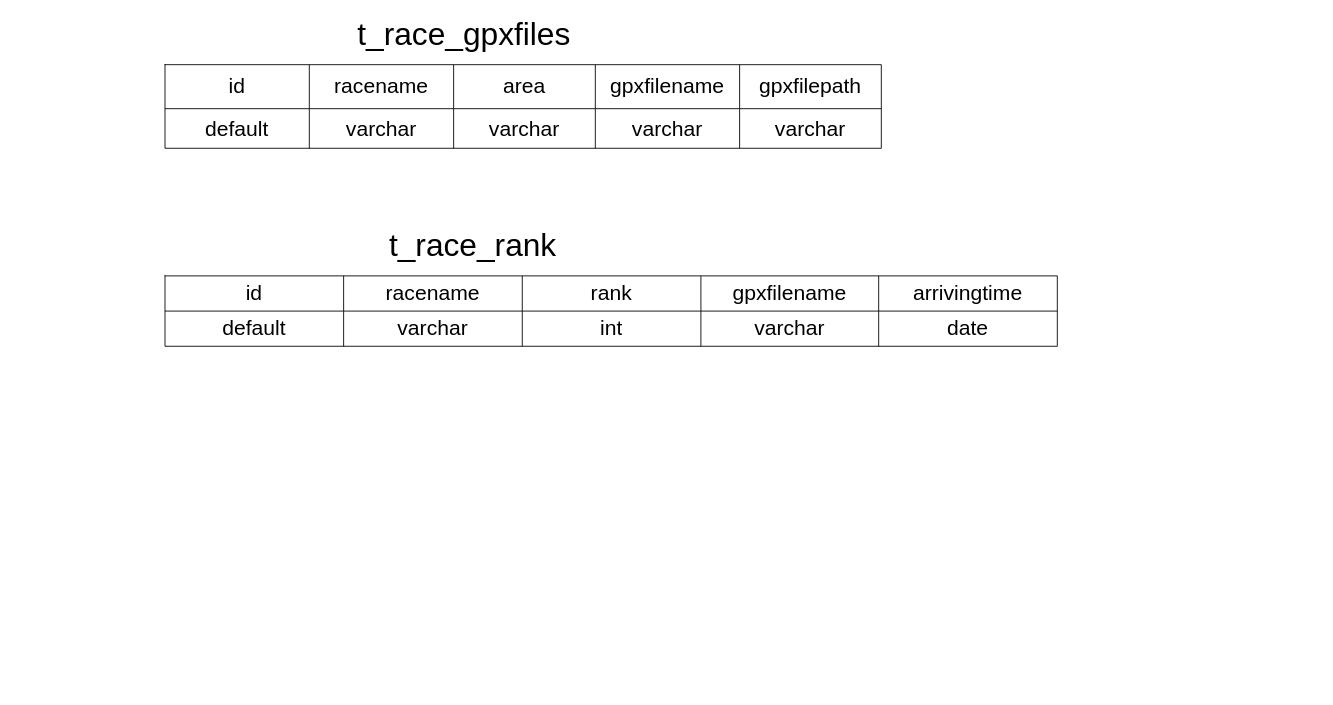
pengzhen80/PigeonRace keeps this draw.io diagram as 比賽儀表盤資料庫設計.drawio. Above is the earlier version. Source tidied: cells renumbered, new cells numbered last; positions are measured from the earlier drawing's top-left corner, leaving out a move shared by most shapes. Both pictures are drawn from the tidied source at 88%, with x=0, y=0 at pixel (165, 20).
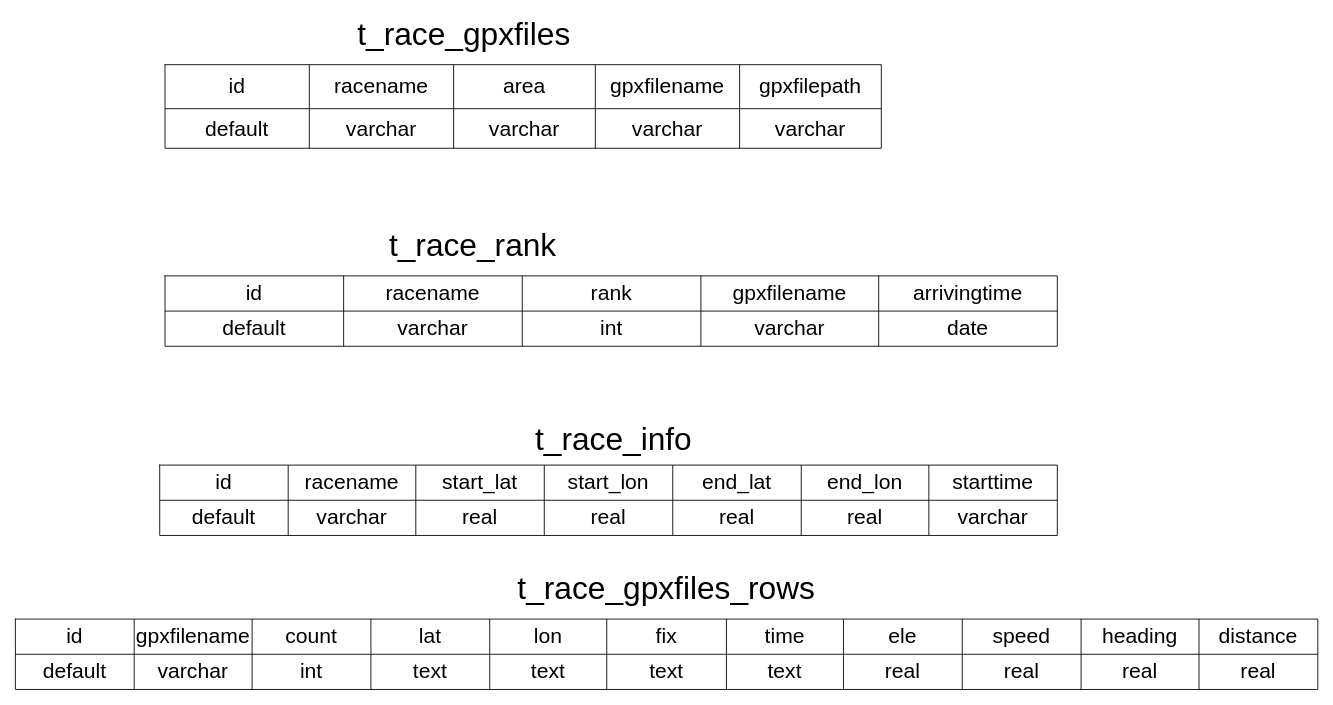
The same page after the edit.

Commit message:
更新比賽儀表盤資料庫設計.drawio

What changed in the source:
```diff
@@
+    <mxCell id="30" style="shape=table;startSize=0;childLayout=tableLayout;" parent="1" vertex="1">
+      <mxGeometry x="-6" y="505" width="1020" height="80" as="geometry" />
+    </mxCell>
+    <mxCell id="31" style="shape=tableRow;horizontal=0;startSize=0;swimlaneHead=0;swimlaneBody=0;top=0;left=0;bottom=0;right=0;fillColor=none;" parent="30" vertex="1">
+      <mxGeometry width="1020" height="40" as="geometry" />
+    </mxCell>
+    <mxCell id="32" value="&lt;font style=&quot;font-size: 24px;&quot;&gt;id&lt;/font&gt;" style="shape=partialRectangle;html=1;whiteSpace=wrap;overflow=hidden;fillColor=none;top=0;left=0;bottom=0;right=0;" parent="31" vertex="1">
+      <mxGeometry width="146" height="40" as="geometry" />
+    </mxCell>
+    <mxCell id="33" value="&lt;font style=&quot;font-size: 24px;&quot;&gt;racename&lt;/font&gt;" style="shape=partialRectangle;html=1;whiteSpace=wrap;overflow=hidden;fillColor=none;top=0;left=0;bottom=0;right=0;" parent="31" vertex="1">
+      <mxGeometry x="146" width="145" height="40" as="geometry" />
+    </mxCell>
+    <mxCell id="34" value="&lt;font style=&quot;font-size: 24px;&quot;&gt;start_lat&lt;/font&gt;" style="shape=partialRectangle;html=1;whiteSpace=wrap;overflow=hidden;fillColor=none;top=0;left=0;bottom=0;right=0;" parent="31" vertex="1">
+      <mxGeometry x="291" width="146" height="40" as="geometry" />
+    </mxCell>
+    <mxCell id="35" value="&lt;font style=&quot;font-size: 24px;&quot;&gt;start_lon&lt;/font&gt;" style="shape=partialRectangle;html=1;whiteSpace=wrap;overflow=hidden;fillColor=none;top=0;left=0;bottom=0;right=0;" parent="31" vertex="1">
+      <mxGeometry x="437" width="146" height="40" as="geometry" />
+    </mxCell>
+    <mxCell id="36" value="&lt;font style=&quot;font-size: 24px;&quot;&gt;end_lat&lt;/font&gt;" style="shape=partialRectangle;html=1;whiteSpace=wrap;overflow=hidden;fillColor=none;top=0;left=0;bottom=0;right=0;" parent="31" vertex="1">
+      <mxGeometry x="583" width="146" height="40" as="geometry" />
+    </mxCell>
+    <mxCell id="37" value="&lt;font style=&quot;font-size: 24px;&quot;&gt;end_lon&lt;/font&gt;" style="shape=partialRectangle;html=1;whiteSpace=wrap;overflow=hidden;fillColor=none;top=0;left=0;bottom=0;right=0;" parent="31" vertex="1">
+      <mxGeometry x="729" width="145" height="40" as="geometry" />
+    </mxCell>
+    <mxCell id="38" value="&lt;font style=&quot;font-size: 24px;&quot;&gt;starttime&lt;/font&gt;" style="shape=partialRectangle;html=1;whiteSpace=wrap;overflow=hidden;fillColor=none;top=0;left=0;bottom=0;right=0;" parent="31" vertex="1">
+      <mxGeometry x="874" width="146" height="40" as="geometry" />
+    </mxCell>
+    <mxCell id="39" style="shape=tableRow;horizontal=0;startSize=0;swimlaneHead=0;swimlaneBody=0;top=0;left=0;bottom=0;right=0;fillColor=none;" parent="30" vertex="1">
+      <mxGeometry y="40" width="1020" height="40" as="geometry" />
+    </mxCell>
+    <mxCell id="40" value="&lt;span style=&quot;font-size: 24px;&quot;&gt;default&lt;/span&gt;" style="shape=partialRectangle;html=1;whiteSpace=wrap;overflow=hidden;fillColor=none;top=0;left=0;bottom=0;right=0;" parent="39" vertex="1">
+      <mxGeometry width="146" height="40" as="geometry" />
+    </mxCell>
+    <mxCell id="41" value="&lt;span style=&quot;font-size: 24px;&quot;&gt;varchar&lt;/span&gt;" style="shape=partialRectangle;html=1;whiteSpace=wrap;overflow=hidden;fillColor=none;top=0;left=0;bottom=0;right=0;" parent="39" vertex="1">
+      <mxGeometry x="146" width="145" height="40" as="geometry" />
+    </mxCell>
+    <mxCell id="42" value="&lt;span style=&quot;font-size: 24px;&quot;&gt;real&lt;/span&gt;" style="shape=partialRectangle;html=1;whiteSpace=wrap;overflow=hidden;fillColor=none;top=0;left=0;bottom=0;right=0;" parent="39" vertex="1">
+      <mxGeometry x="291" width="146" height="40" as="geometry" />
+    </mxCell>
+    <mxCell id="43" value="&lt;span style=&quot;font-size: 24px;&quot;&gt;real&lt;/span&gt;" style="shape=partialRectangle;html=1;whiteSpace=wrap;overflow=hidden;fillColor=none;top=0;left=0;bottom=0;right=0;" parent="39" vertex="1">
+      <mxGeometry x="437" width="146" height="40" as="geometry" />
+    </mxCell>
+    <mxCell id="44" value="&lt;span style=&quot;font-size: 24px;&quot;&gt;real&lt;/span&gt;" style="shape=partialRectangle;html=1;whiteSpace=wrap;overflow=hidden;fillColor=none;top=0;left=0;bottom=0;right=0;" parent="39" vertex="1">
+      <mxGeometry x="583" width="146" height="40" as="geometry" />
+    </mxCell>
+    <mxCell id="45" value="&lt;span style=&quot;font-size: 24px;&quot;&gt;real&lt;/span&gt;" style="shape=partialRectangle;html=1;whiteSpace=wrap;overflow=hidden;fillColor=none;top=0;left=0;bottom=0;right=0;" parent="39" vertex="1">
+      <mxGeometry x="729" width="145" height="40" as="geometry" />
+    </mxCell>
+    <mxCell id="46" value="&lt;span style=&quot;font-size: 24px;&quot;&gt;varchar&lt;/span&gt;" style="shape=partialRectangle;html=1;whiteSpace=wrap;overflow=hidden;fillColor=none;top=0;left=0;bottom=0;right=0;" parent="39" vertex="1">
+      <mxGeometry x="874" width="146" height="40" as="geometry" />
+    </mxCell>
+    <mxCell id="47" value="&lt;font style=&quot;font-size: 36px;&quot;&gt;t_race_info&lt;/font&gt;" style="text;html=1;strokeColor=none;fillColor=none;align=center;verticalAlign=middle;whiteSpace=wrap;rounded=0;" parent="1" vertex="1">
+      <mxGeometry x="340" y="460" width="340" height="30" as="geometry" />
+    </mxCell>
+    <mxCell id="48" style="shape=table;startSize=0;childLayout=tableLayout;fontSize=24;" parent="1" vertex="1">
+      <mxGeometry x="-170" y="680" width="1480" height="80" as="geometry" />
+    </mxCell>
+    <mxCell id="49" style="shape=tableRow;horizontal=0;startSize=0;swimlaneHead=0;swimlaneBody=0;top=0;left=0;bottom=0;right=0;fillColor=none;fontSize=24;" parent="48" vertex="1">
+      <mxGeometry width="1480" height="40" as="geometry" />
+    </mxCell>
+    <mxCell id="50" value="id" style="shape=partialRectangle;html=1;whiteSpace=wrap;overflow=hidden;fillColor=none;top=0;left=0;bottom=0;right=0;fontSize=24;" parent="49" vertex="1">
+      <mxGeometry width="135" height="40" as="geometry" />
+    </mxCell>
+    <mxCell id="51" value="gpxfilename" style="shape=partialRectangle;html=1;whiteSpace=wrap;overflow=hidden;fillColor=none;top=0;left=0;bottom=0;right=0;fontSize=24;" parent="49" vertex="1">
+      <mxGeometry x="135" width="134" height="40" as="geometry" />
+    </mxCell>
+    <mxCell id="52" value="count" style="shape=partialRectangle;html=1;whiteSpace=wrap;overflow=hidden;fillColor=none;top=0;left=0;bottom=0;right=0;fontSize=24;" parent="49" vertex="1">
+      <mxGeometry x="269" width="135" height="40" as="geometry" />
+    </mxCell>
+    <mxCell id="53" value="lat" style="shape=partialRectangle;html=1;whiteSpace=wrap;overflow=hidden;fillColor=none;top=0;left=0;bottom=0;right=0;fontSize=24;" parent="49" vertex="1">
+      <mxGeometry x="404" width="135" height="40" as="geometry" />
+    </mxCell>
+    <mxCell id="54" value="lon" style="shape=partialRectangle;html=1;whiteSpace=wrap;overflow=hidden;fillColor=none;top=0;left=0;bottom=0;right=0;fontSize=24;" parent="49" vertex="1">
+      <mxGeometry x="539" width="133" height="40" as="geometry" />
+    </mxCell>
+    <mxCell id="55" value="fix" style="shape=partialRectangle;html=1;whiteSpace=wrap;overflow=hidden;fillColor=none;top=0;left=0;bottom=0;right=0;fontSize=24;" parent="49" vertex="1">
+      <mxGeometry x="672" width="136" height="40" as="geometry" />
+    </mxCell>
+    <mxCell id="56" value="time" style="shape=partialRectangle;html=1;whiteSpace=wrap;overflow=hidden;fillColor=none;top=0;left=0;bottom=0;right=0;fontSize=24;" parent="49" vertex="1">
+      <mxGeometry x="808" width="133" height="40" as="geometry" />
+    </mxCell>
+    <mxCell id="57" value="ele" style="shape=partialRectangle;html=1;whiteSpace=wrap;overflow=hidden;fillColor=none;top=0;left=0;bottom=0;right=0;fontSize=24;" parent="49" vertex="1">
+      <mxGeometry x="941" width="135" height="40" as="geometry" />
+    </mxCell>
+    <mxCell id="58" value="speed" style="shape=partialRectangle;html=1;whiteSpace=wrap;overflow=hidden;fillColor=none;top=0;left=0;bottom=0;right=0;fontSize=24;" parent="49" vertex="1">
+      <mxGeometry x="1076" width="135" height="40" as="geometry" />
+    </mxCell>
+    <mxCell id="59" value="heading" style="shape=partialRectangle;html=1;whiteSpace=wrap;overflow=hidden;fillColor=none;top=0;left=0;bottom=0;right=0;fontSize=24;" parent="49" vertex="1">
+      <mxGeometry x="1211" width="134" height="40" as="geometry" />
+    </mxCell>
+    <mxCell id="60" value="distance" style="shape=partialRectangle;html=1;whiteSpace=wrap;overflow=hidden;fillColor=none;top=0;left=0;bottom=0;right=0;fontSize=24;" parent="49" vertex="1">
+      <mxGeometry x="1345" width="135" height="40" as="geometry" />
+    </mxCell>
+    <mxCell id="61" style="shape=tableRow;horizontal=0;startSize=0;swimlaneHead=0;swimlaneBody=0;top=0;left=0;bottom=0;right=0;fillColor=none;fontSize=24;" parent="48" vertex="1">
+      <mxGeometry y="40" width="1480" height="40" as="geometry" />
+    </mxCell>
+    <mxCell id="62" value="default" style="shape=partialRectangle;html=1;whiteSpace=wrap;overflow=hidden;fillColor=none;top=0;left=0;bottom=0;right=0;fontSize=24;" parent="61" vertex="1">
+      <mxGeometry width="135" height="40" as="geometry" />
+    </mxCell>
+    <mxCell id="63" value="varchar" style="shape=partialRectangle;html=1;whiteSpace=wrap;overflow=hidden;fillColor=none;top=0;left=0;bottom=0;right=0;fontSize=24;" parent="61" vertex="1">
+      <mxGeometry x="135" width="134" height="40" as="geometry" />
+    </mxCell>
+    <mxCell id="64" value="int" style="shape=partialRectangle;html=1;whiteSpace=wrap;overflow=hidden;fillColor=none;top=0;left=0;bottom=0;right=0;fontSize=24;" parent="61" vertex="1">
+      <mxGeometry x="269" width="135" height="40" as="geometry" />
+    </mxCell>
+    <mxCell id="65" value="text" style="shape=partialRectangle;html=1;whiteSpace=wrap;overflow=hidden;fillColor=none;top=0;left=0;bottom=0;right=0;fontSize=24;" parent="61" vertex="1">
+      <mxGeometry x="404" width="135" height="40" as="geometry" />
+    </mxCell>
+    <mxCell id="66" value="text" style="shape=partialRectangle;html=1;whiteSpace=wrap;overflow=hidden;fillColor=none;top=0;left=0;bottom=0;right=0;fontSize=24;" parent="61" vertex="1">
+      <mxGeometry x="539" width="133" height="40" as="geometry" />
+    </mxCell>
+    <mxCell id="67" value="text" style="shape=partialRectangle;html=1;whiteSpace=wrap;overflow=hidden;fillColor=none;top=0;left=0;bottom=0;right=0;fontSize=24;" parent="61" vertex="1">
+      <mxGeometry x="672" width="136" height="40" as="geometry" />
+    </mxCell>
+    <mxCell id="68" value="text" style="shape=partialRectangle;html=1;whiteSpace=wrap;overflow=hidden;fillColor=none;top=0;left=0;bottom=0;right=0;fontSize=24;" parent="61" vertex="1">
+      <mxGeometry x="808" width="133" height="40" as="geometry" />
+    </mxCell>
+    <mxCell id="69" value="real" style="shape=partialRectangle;html=1;whiteSpace=wrap;overflow=hidden;fillColor=none;top=0;left=0;bottom=0;right=0;fontSize=24;" parent="61" vertex="1">
+      <mxGeometry x="941" width="135" height="40" as="geometry" />
+    </mxCell>
+    <mxCell id="70" value="real" style="shape=partialRectangle;html=1;whiteSpace=wrap;overflow=hidden;fillColor=none;top=0;left=0;bottom=0;right=0;fontSize=24;" parent="61" vertex="1">
+      <mxGeometry x="1076" width="135" height="40" as="geometry" />
+    </mxCell>
+    <mxCell id="71" value="real" style="shape=partialRectangle;html=1;whiteSpace=wrap;overflow=hidden;fillColor=none;top=0;left=0;bottom=0;right=0;fontSize=24;" parent="61" vertex="1">
+      <mxGeometry x="1211" width="134" height="40" as="geometry" />
+    </mxCell>
+    <mxCell id="72" value="real" style="shape=partialRectangle;html=1;whiteSpace=wrap;overflow=hidden;fillColor=none;top=0;left=0;bottom=0;right=0;fontSize=24;" parent="61" vertex="1">
+      <mxGeometry x="1345" width="135" height="40" as="geometry" />
+    </mxCell>
+    <mxCell id="73" value="&lt;font style=&quot;font-size: 36px;&quot;&gt;t_race_gpxfiles_rows&lt;/font&gt;" style="text;html=1;strokeColor=none;fillColor=none;align=center;verticalAlign=middle;whiteSpace=wrap;rounded=0;" parent="1" vertex="1">
+      <mxGeometry x="400" y="630" width="340" height="30" as="geometry" />
+    </mxCell>
```
